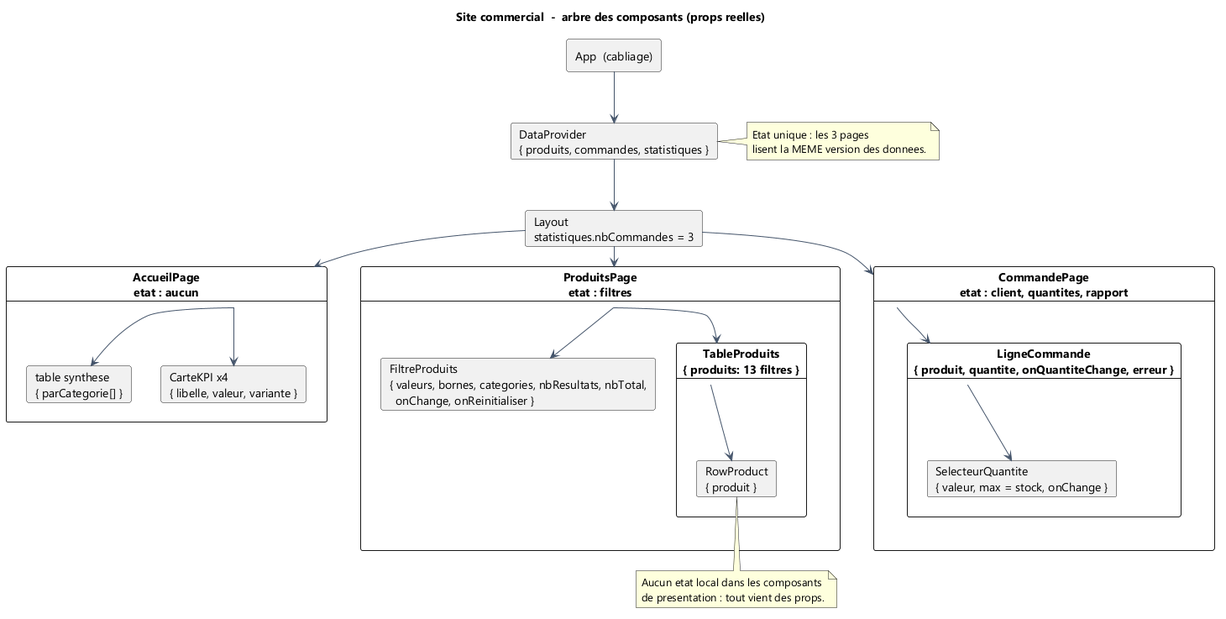
Above: docs/diagrammes/02-arbre-composants.png in wenkais196-Gabriel/mini-projet-site-commercial (PlantUML), before the change.
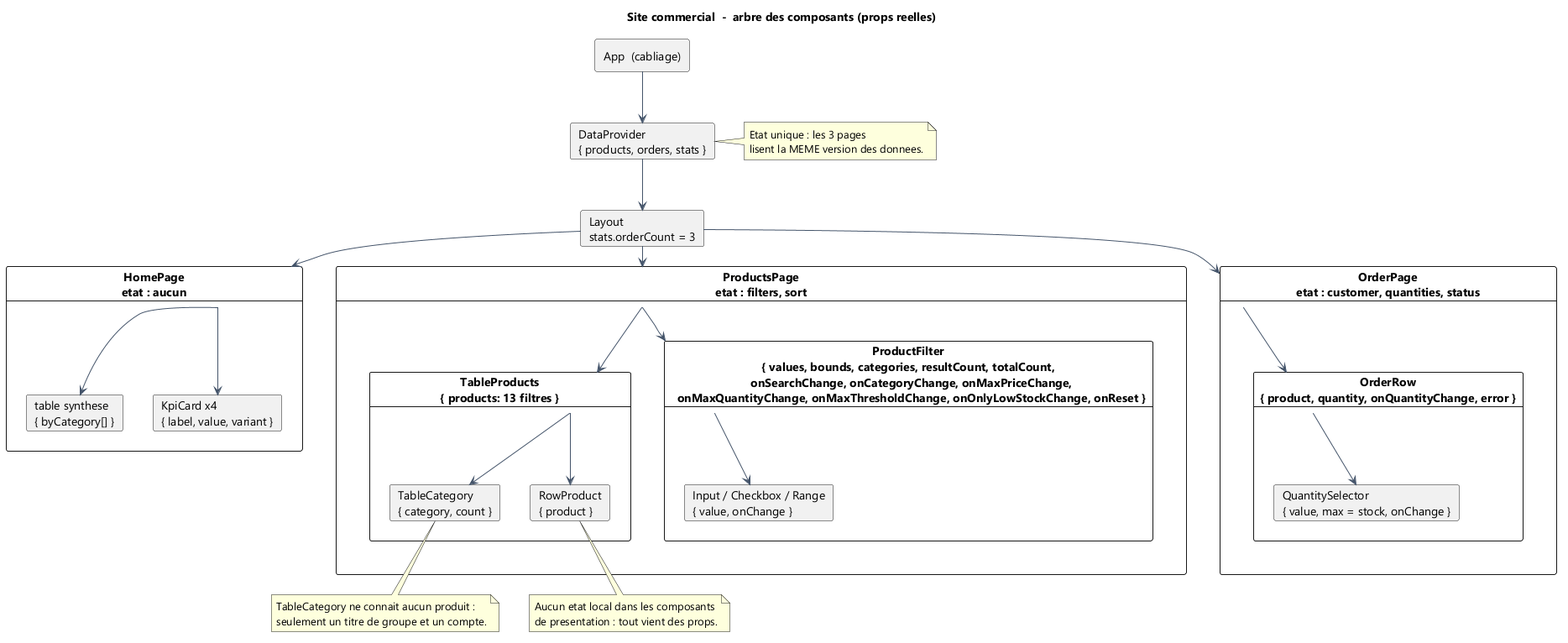
After the change.

Diff of the diagram source:
```diff
@@ -8,27 +8,30 @@
 rectangle "App  (cabliage)" as App {
 }
 
-card "DataProvider\n{ produits, commandes, statistiques }" as Store {
+card "DataProvider\n{ products, orders, stats }" as Store {
 }
 
-card "Layout\nstatistiques.nbCommandes = 3" as Layout {
+card "Layout\nstats.orderCount = 3" as Layout {
 }
 
-card "AccueilPage\netat : aucun" as Accueil {
-  card "CarteKPI x4\n{ libelle, valeur, variante }" as K1
-  card "table synthese\n{ parCategorie[] }" as K2
+card "HomePage\netat : aucun" as Accueil {
+  card "KpiCard x4\n{ label, value, variant }" as K1
+  card "table synthese\n{ byCategory[] }" as K2
 }
 
-card "ProduitsPage\netat : filtres" as Produits {
-  card "FiltreProduits\n{ valeurs, bornes, categories, nbResultats, nbTotal,\n  onChange, onReinitialiser }" as F
-  card "TableProduits\n{ produits: 13 filtres }" as T {
-    card "RowProduct\n{ produit }" as R
+card "ProductsPage\netat : filters, sort" as Produits {
+  card "ProductFilter\n{ values, bounds, categories, resultCount, totalCount,\n  onSearchChange, onCategoryChange, onMaxPriceChange,\n  onMaxQuantityChange, onMaxThresholdChange, onOnlyLowStockChange, onReset }" as F {
+    card "Input / Checkbox / Range\n{ value, onChange }" as Atomes
+  }
+  card "TableProducts\n{ products: 13 filtres }" as T {
+    card "TableCategory\n{ category, count }" as C
+    card "RowProduct\n{ product }" as R
   }
 }
 
-card "CommandePage\netat : client, quantites, rapport" as Commande {
-  card "LigneCommande\n{ produit, quantite, onQuantiteChange, erreur }" as L {
-    card "SelecteurQuantite\n{ valeur, max = stock, onChange }" as S
+card "OrderPage\netat : customer, quantities, status" as Commande {
+  card "OrderRow\n{ product, quantity, onQuantityChange, error }" as L {
+    card "QuantitySelector\n{ value, max = stock, onChange }" as S
   }
 }
 
@@ -41,6 +44,8 @@
 Accueil --> K2
 Produits --> F
 Produits --> T
+F --> Atomes
+T --> C
 T --> R
 Commande --> L
 L --> S
@@ -55,4 +60,9 @@
   de presentation : tout vient des props.
 end note
 
+note bottom of C
+  TableCategory ne connait aucun produit :
+  seulement un titre de groupe et un compte.
+end note
+
 @enduml
```
